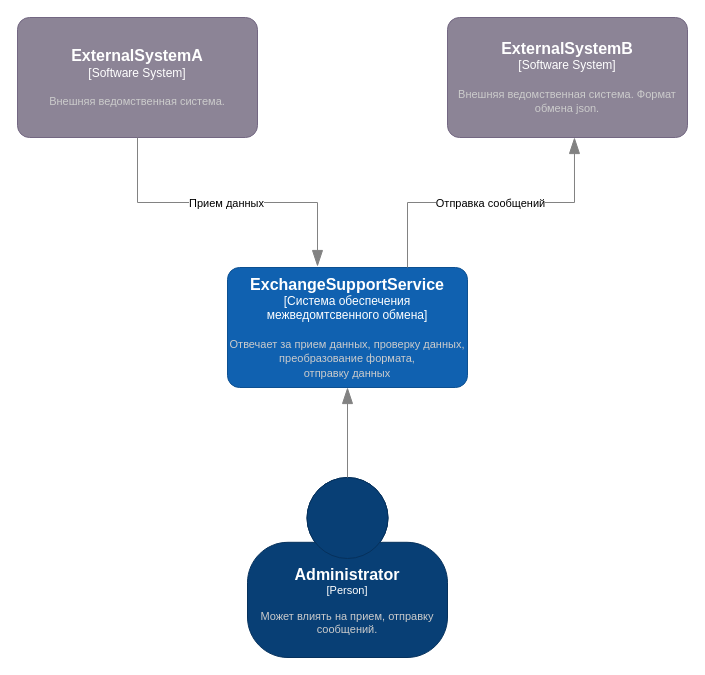
StasMerzlyakov/exchange-support-center keeps this draw.io diagram as docs/architecture/c4-context.drawio. Above is the earlier version. Source tidied: cells renumbered, new cells numbered last; positions are measured from the earlier drawing's top-left corner, leaving out a move shared by most shapes. Both pictures are drawn from the tidied source at 100%, with x=0, y=0 at pixel (17, 17).
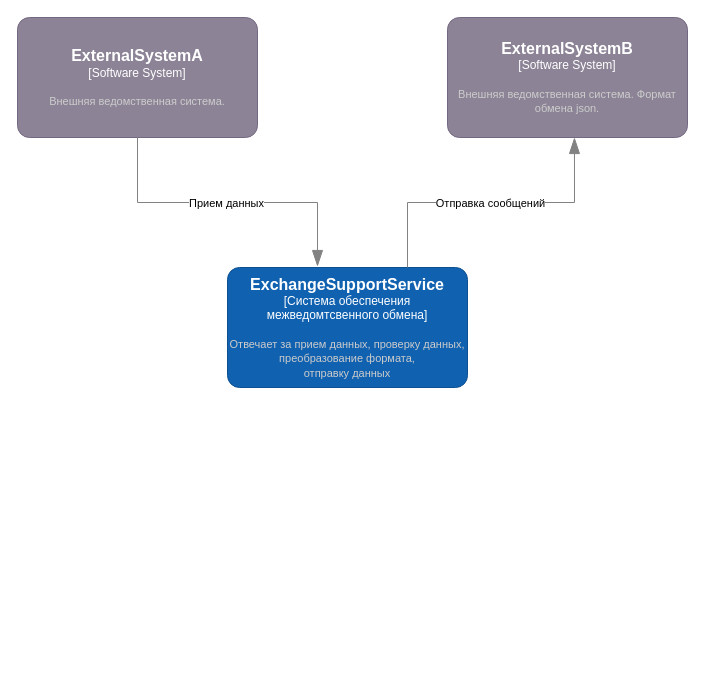
Above is the later version.

Change to the diagram source:
```diff
@@
 <mxGraphModel>
   <root>
     <mxCell id="0" />
     <mxCell id="1" parent="0" />
     <object id="2" label="&lt;font style=&quot;font-size: 16px&quot;&gt;&lt;b&gt;%c4Name%&lt;/b&gt;&lt;/font&gt;&lt;div&gt;[%c4Type%]&lt;/div&gt;&lt;br&gt;&lt;div&gt;&lt;font style=&quot;font-size: 11px&quot;&gt;&lt;font color=&quot;#cccccc&quot;&gt;%c4Description%&lt;/font&gt;&lt;/div&gt;" c4Description="Отвечает за прием данных, проверку данных, преобразование формата, &#10;отправку данных" c4Name="ExchangeSupportService" c4Type="Система обеспечения межведомтсвенного обмена" placeholders="1">
       <mxCell style="rounded=1;whiteSpace=wrap;html=1;labelBackgroundColor=none;fillColor=#1061B0;fontColor=#ffffff;align=center;arcSize=10;strokeColor=#0D5091;points=[[0.25,0,0],[0.5,0,0],[0.75,0,0],[1,0.25,0],[1,0.5,0],[1,0.75,0],[0.75,1,0],[0.5,1,0],[0.25,1,0],[0,0.75,0],[0,0.5,0],[0,0.25,0]];" parent="1" vertex="1">
         <mxGeometry x="210" y="250" width="240" height="120" as="geometry" />
       </mxCell>
     </object>
     <object id="3" label="&lt;font style=&quot;font-size: 16px&quot;&gt;&lt;b&gt;%c4Name%&lt;/b&gt;&lt;/font&gt;&lt;div&gt;[%c4Type%]&lt;/div&gt;&lt;br&gt;&lt;div&gt;&lt;font style=&quot;font-size: 11px&quot;&gt;&lt;font color=&quot;#cccccc&quot;&gt;%c4Description%&lt;/font&gt;&lt;/div&gt;" c4Description="Внешняя ведомственная система." c4Name="ExternalSystemA" c4Type="Software System" placeholders="1">
       <mxCell style="rounded=1;whiteSpace=wrap;html=1;labelBackgroundColor=none;fillColor=#8C8496;fontColor=#ffffff;align=center;arcSize=10;strokeColor=#736782;points=[[0.25,0,0],[0.5,0,0],[0.75,0,0],[1,0.25,0],[1,0.5,0],[1,0.75,0],[0.75,1,0],[0.5,1,0],[0.25,1,0],[0,0.75,0],[0,0.5,0],[0,0.25,0]];" parent="1" vertex="1">
         <mxGeometry width="240" height="120" as="geometry" />
       </mxCell>
     </object>
     <object id="4" label="&lt;font style=&quot;font-size: 16px&quot;&gt;&lt;b&gt;%c4Name%&lt;/b&gt;&lt;/font&gt;&lt;div&gt;[%c4Type%]&lt;/div&gt;&lt;br&gt;&lt;div&gt;&lt;font style=&quot;font-size: 11px&quot;&gt;&lt;font color=&quot;#cccccc&quot;&gt;%c4Description%&lt;/font&gt;&lt;/div&gt;" c4Description="Внешняя ведомственная система. Формат обмена json." c4Name="ExternalSystemB" c4Type="Software System" placeholders="1">
       <mxCell style="rounded=1;whiteSpace=wrap;html=1;labelBackgroundColor=none;fillColor=#8C8496;fontColor=#ffffff;align=center;arcSize=10;strokeColor=#736782;points=[[0.25,0,0],[0.5,0,0],[0.75,0,0],[1,0.25,0],[1,0.5,0],[1,0.75,0],[0.75,1,0],[0.5,1,0],[0.25,1,0],[0,0.75,0],[0,0.5,0],[0,0.25,0]];" parent="1" vertex="1">
         <mxGeometry x="430" width="240" height="120" as="geometry" />
       </mxCell>
     </object>
-    <object id="5" label="&lt;font style=&quot;font-size: 16px&quot;&gt;&lt;b&gt;%c4Name%&lt;/b&gt;&lt;/font&gt;&lt;div&gt;[%c4Type%]&lt;/div&gt;&lt;br&gt;&lt;div&gt;&lt;font style=&quot;font-size: 11px&quot;&gt;&lt;font color=&quot;#cccccc&quot;&gt;%c4Description%&lt;/font&gt;&lt;/div&gt;" c4Description="Может влиять на прием, отправку сообщений." c4Name="Administrator" c4Type="Person" placeholders="1">
-      <mxCell style="html=1;fontSize=11;dashed=0;whiteSpace=wrap;fillColor=#083F75;strokeColor=#06315C;fontColor=#ffffff;shape=mxgraph.c4.person2;align=center;points=[[0.5,0,0],[1,0.5,0],[1,0.75,0],[0.75,1,0],[0.5,1,0],[0.25,1,0],[0,0.75,0],[0,0.5,0]];" parent="1" vertex="1">
-        <mxGeometry x="230" y="460" width="200" height="180" as="geometry" />
-      </mxCell>
-    </object>
-    <object id="6" label="&lt;div style=&quot;text-align: left&quot;&gt;&lt;div style=&quot;text-align: center&quot;&gt;&lt;b&gt;%c4Description%&lt;/b&gt;&lt;/div&gt;" c4Description="" placeholders="1">
-      <mxCell style="endArrow=blockThin;html=1;fontSize=10;fontColor=#404040;strokeWidth=1;endFill=1;strokeColor=#828282;elbow=vertical;endSize=14;startSize=14;jumpStyle=arc;jumpSize=16;rounded=0;edgeStyle=orthogonalEdgeStyle;entryX=0.5;entryY=1;entryDx=0;entryDy=0;entryPerimeter=0;exitX=0.5;exitY=0;exitDx=0;exitDy=0;exitPerimeter=0;" parent="1" edge="1" source="5" target="2">
-        <mxGeometry relative="1" as="geometry" />
-      </mxCell>
-    </object>
     <object id="7" label="&lt;div style=&quot;text-align: left&quot;&gt;&lt;div style=&quot;text-align: center&quot;&gt;&lt;b&gt;%c4Description%&lt;/b&gt;&lt;/div&gt;" c4Description="" placeholders="1">
       <mxCell style="endArrow=blockThin;html=1;fontSize=10;fontColor=#404040;strokeWidth=1;endFill=1;strokeColor=#828282;elbow=vertical;endSize=14;startSize=14;jumpStyle=arc;jumpSize=16;rounded=0;edgeStyle=orthogonalEdgeStyle;entryX=0.529;entryY=1;entryDx=0;entryDy=0;entryPerimeter=0;exitX=0.75;exitY=0;exitDx=0;exitDy=0;exitPerimeter=0;" parent="1" edge="1" source="2" target="4">
         <mxGeometry relative="1" as="geometry" />
       </mxCell>
     </object>
     <mxCell id="8" value="Отправка сообщений" style="edgeLabel;html=1;align=center;verticalAlign=middle;" parent="7" vertex="1">
       <mxGeometry x="-0.01" relative="1" as="geometry" />
     </mxCell>
     <object id="9" label="&lt;div style=&quot;text-align: left&quot;&gt;&lt;div style=&quot;text-align: center&quot;&gt;&lt;b&gt;%c4Description%&lt;/b&gt;&lt;/div&gt;" c4Description="" placeholders="1">
       <mxCell style="endArrow=blockThin;html=1;fontSize=10;fontColor=#404040;strokeWidth=1;endFill=1;strokeColor=#828282;elbow=vertical;endSize=14;startSize=14;jumpStyle=arc;jumpSize=16;rounded=0;edgeStyle=orthogonalEdgeStyle;entryX=0.375;entryY=-0.008;entryDx=0;entryDy=0;entryPerimeter=0;exitX=0.5;exitY=1;exitDx=0;exitDy=0;exitPerimeter=0;" parent="1" edge="1" source="3" target="2">
         <mxGeometry relative="1" as="geometry" />
       </mxCell>
     </object>
     <mxCell id="10" value="Прием данных" style="edgeLabel;html=1;align=center;verticalAlign=middle;" parent="9" vertex="1">
       <mxGeometry x="-0.01" relative="1" as="geometry" />
     </mxCell>
   </root>
 </mxGraphModel>
```
